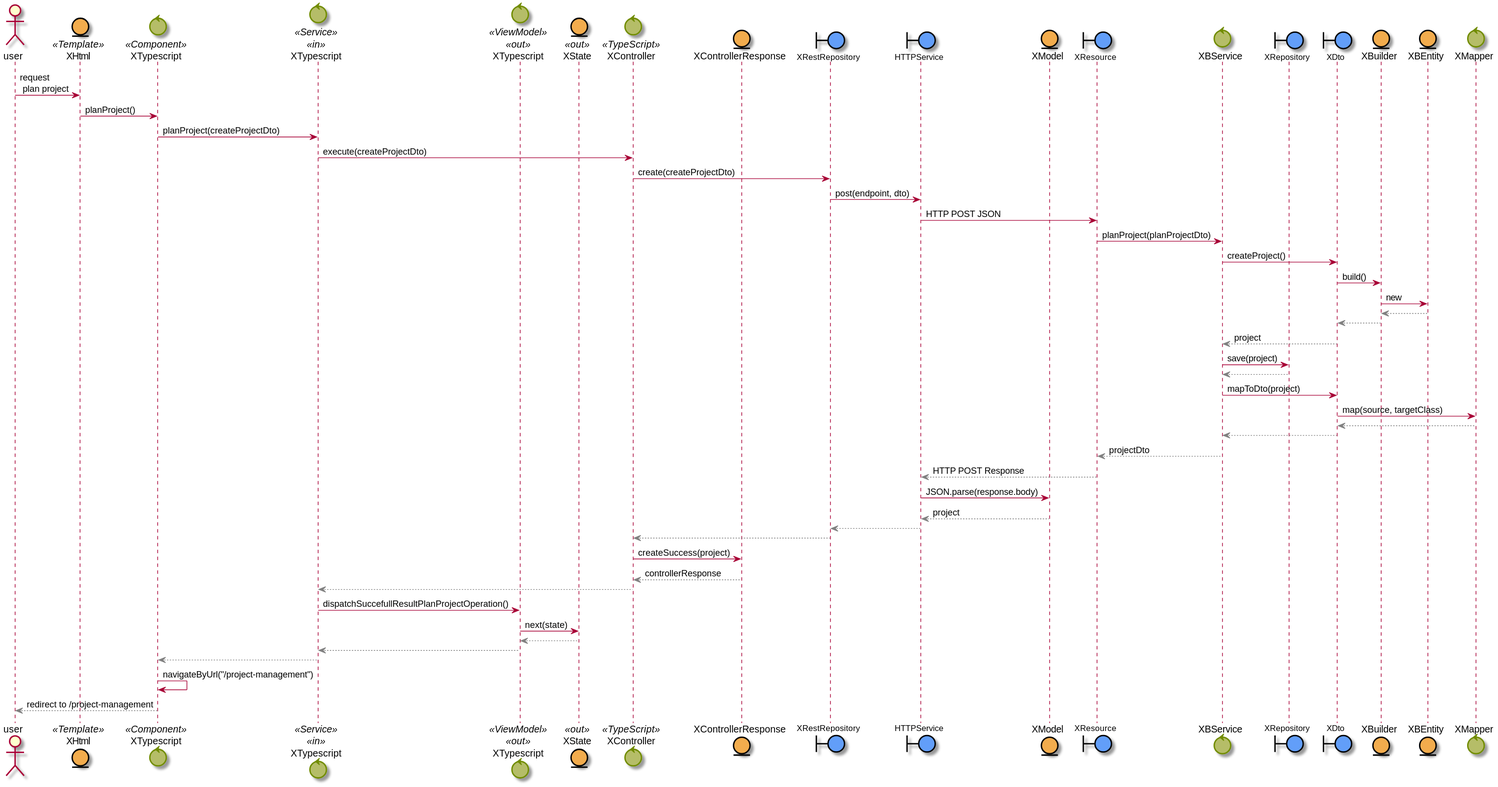
Above: documentation/logicalview/designview/repository/planProjectSequenceDiagram.svg in rup-projects/rup-projects (PlantUML), before the change.
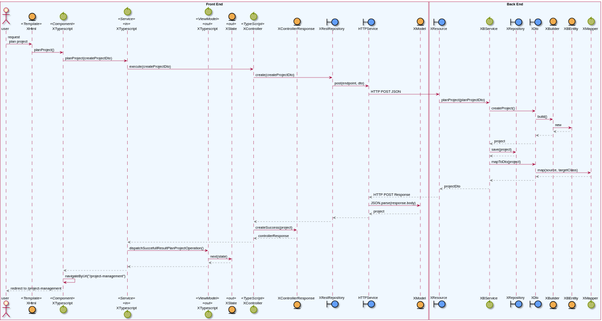
After the change.

Commit message:
sequence diagram ajustes

What changed in the source:
```diff
@@ -13,28 +13,32 @@
 }
 
 
-actor user
+box "Front End" #AliceBlue
+    actor user
 
-entity XHtml <<Template>>
-control XTypescript <<Component>>
+    entity XHtml <<Template>>
+    control XTypescript <<Component>>
 
-control XService as "XTypescript" <<Service>> <<in>>
-control XViewModel as "XTypescript" <<ViewModel>> <<out>>
-entity XState <<out>>
+    control XService as "XTypescript" <<Service>> <<in>>
+    control XViewModel as "XTypescript" <<ViewModel>> <<out>>
+    entity XState <<out>>
 
-control XLogicService as "XController" <<TypeScript>>
-entity XControllerResponse
-boundary XRestRepository
-boundary HTTPService
-entity XModel
-boundary XResource
-control XBService
-boundary XTSDao as "XRepository"
-boundary XDto
-entity XBuilder
-entity XBEntity
-control XMapper
+    control XLogicService as "XController" <<TypeScript>>
+    entity XControllerResponse
+    boundary XRestRepository
+    boundary HTTPService
+    entity XModel
+end box
 
+box "Back End" #AliceBlue
+    boundary XResource
+    control XBService
+    boundary XTSDao as "XRepository"
+    boundary XDto
+    entity XBuilder
+    entity XBEntity
+    control XMapper
+end box
 
 user -> XHtml : request \n plan project
 XHtml -> XTypescript : planProject()
@@ -42,6 +46,7 @@
 XService -> XLogicService : execute(createProjectDto)
 XLogicService -> XRestRepository : create(createProjectDto)
 XRestRepository -> HTTPService : post(endpoint, dto)
+
 HTTPService -> XResource : HTTP POST JSON
 XResource -> XBService :  planProject(planProjectDto)
 XBService -> XDto : createProject()
```
